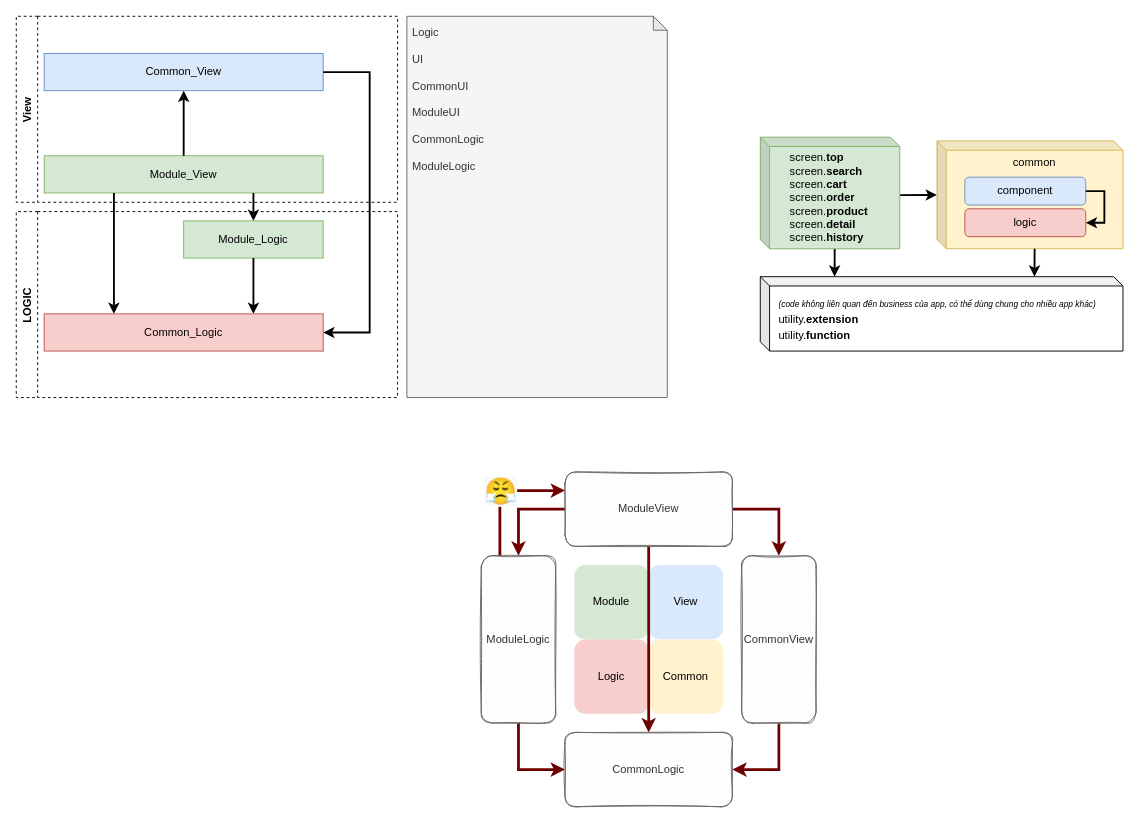
Before: page "Page-2" (2 of 3) of GiaiThichVeDependency.drawio in trungnguyenthien/public, a draw.io diagram. Source tidied: cells renumbered, new cells numbered last; positions are measured from the earlier drawing's top-left corner, leaving out a move shared by most shapes. Both pictures are drawn from the tidied source at 93%, with x=0, y=0 at pixel (16, 16).
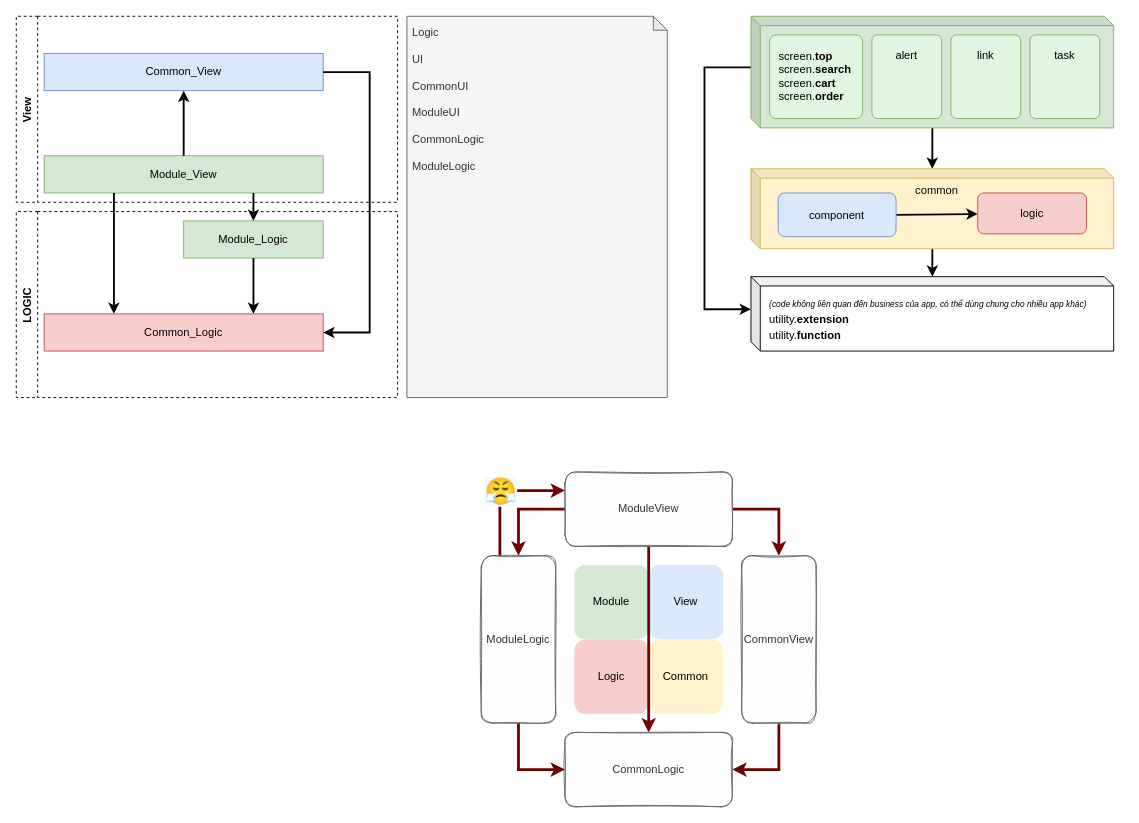
The same diagram, later.

The edit, as a diff of the source:
```diff
@@
+    <mxCell id="11" style="edgeStyle=orthogonalEdgeStyle;rounded=0;jettySize=auto;html=1;exitX=0;exitY=0;exitDx=0;exitDy=55;exitPerimeter=0;entryX=0;entryY=0;entryDx=0;entryDy=35;entryPerimeter=0;fontSize=14;endArrow=classic;endFill=1;strokeWidth=2;" parent="1" edge="1" source="12" target="32">
+      <mxGeometry relative="1" as="geometry">
+        <Array as="points">
+          <mxPoint x="740" y="55" />
+          <mxPoint x="740" y="315" />
+        </Array>
+      </mxGeometry>
+    </mxCell>
-    <mxCell id="10" style="rounded=0;jettySize=auto;html=1;exitX=1.002;exitY=0.519;exitDx=0;exitDy=0;exitPerimeter=0;fontSize=14;endArrow=classic;endFill=1;strokeWidth=2;" parent="1" edge="1" source="12" target="34">
+    <mxCell id="10" style="edgeStyle=none;rounded=0;jettySize=auto;html=1;fontSize=12;endArrow=classic;endFill=1;strokeWidth=2;" parent="1" edge="1" source="12" target="34">
       <mxGeometry relative="1" as="geometry" />
     </mxCell>
-    <mxCell id="11" style="edgeStyle=orthogonalEdgeStyle;rounded=0;jettySize=auto;html=1;exitX=0;exitY=0;exitDx=80;exitDy=120;exitPerimeter=0;entryX=0.205;entryY=0;entryDx=0;entryDy=0;entryPerimeter=0;fontSize=14;endArrow=classic;endFill=1;strokeWidth=2;" parent="1" edge="1" source="12" target="32">
-      <mxGeometry relative="1" as="geometry" />
-    </mxCell>
-    <mxCell id="12" value="screen.&lt;b&gt;top&lt;/b&gt;&lt;br&gt;screen.&lt;b&gt;search&lt;/b&gt;&lt;br&gt;screen.&lt;b&gt;cart&lt;/b&gt;&lt;br&gt;screen.&lt;b&gt;order&lt;/b&gt;&lt;br&gt;screen.&lt;b&gt;product&lt;/b&gt;&lt;br&gt;screen.&lt;b&gt;detail&lt;/b&gt;&lt;br&gt;screen.&lt;b&gt;history&lt;/b&gt;" style="shape=cube;whiteSpace=wrap;html=1;boundedLbl=1;backgroundOutline=1;darkOpacity=0.05;darkOpacity2=0.1;size=10;align=left;spacingLeft=20;fillColor=#d5e8d4;strokeColor=#82b366;" parent="1" vertex="1">
-      <mxGeometry x="800" y="130" width="150" height="120" as="geometry" />
+    <mxCell id="12" value="&lt;b&gt;&lt;br&gt;&lt;/b&gt;" style="shape=cube;whiteSpace=wrap;html=1;boundedLbl=1;backgroundOutline=1;darkOpacity=0.05;darkOpacity2=0.1;size=10;align=left;spacingLeft=20;fillColor=#d5e8d4;strokeColor=#82b366;" parent="1" vertex="1">
+      <mxGeometry x="790" width="390" height="120" as="geometry" />
     </mxCell>
@@
     <mxCell id="32" value="&lt;font style=&quot;font-size: 9px&quot;&gt;&lt;i&gt;(code không liên quan đến business của app, có thể dùng chung cho nhiều app khác)&lt;/i&gt;&lt;/font&gt;&lt;br&gt;&lt;font style=&quot;font-size: 12px&quot;&gt;utility.&lt;b&gt;extension&lt;/b&gt;&lt;br&gt;utility.&lt;b&gt;function&lt;/b&gt;&lt;/font&gt;" style="shape=cube;whiteSpace=wrap;html=1;boundedLbl=1;backgroundOutline=1;darkOpacity=0.05;darkOpacity2=0.1;rounded=1;glass=0;sketch=0;fontSize=14;size=10;align=left;spacing=10;" parent="1" vertex="1">
-      <mxGeometry x="800" y="280" width="390" height="80" as="geometry" />
+      <mxGeometry x="790" y="280" width="390" height="80" as="geometry" />
     </mxCell>
-    <mxCell id="33" style="group;" parent="1" vertex="1">
-      <mxGeometry x="990" y="134" width="200" height="116" as="geometry" />
-    </mxCell>
+    <mxCell id="38" style="edgeStyle=none;rounded=0;jettySize=auto;html=1;entryX=0;entryY=0;entryDx=195;entryDy=0;entryPerimeter=0;fontSize=12;endArrow=classic;endFill=1;strokeWidth=2;" parent="1" edge="1" source="34" target="32">
+      <mxGeometry relative="1" as="geometry" />
+    </mxCell>
-    <mxCell id="34" value="common" style="shape=cube;whiteSpace=wrap;html=1;boundedLbl=1;backgroundOutline=1;darkOpacity=0.05;darkOpacity2=0.1;rounded=1;glass=0;sketch=0;fontSize=12;fillColor=#fff2cc;strokeColor=#d6b656;size=10;verticalAlign=top;" parent="33" vertex="1">
-      <mxGeometry width="200" height="116" as="geometry" />
+    <mxCell id="34" value="common" style="shape=cube;whiteSpace=wrap;html=1;boundedLbl=1;backgroundOutline=1;darkOpacity=0.05;darkOpacity2=0.1;rounded=1;glass=0;sketch=0;fontSize=12;fillColor=#fff2cc;strokeColor=#d6b656;size=10;verticalAlign=top;" parent="1" vertex="1">
+      <mxGeometry x="790" y="164" width="390" height="86" as="geometry" />
     </mxCell>
+    <mxCell id="37" style="edgeStyle=none;rounded=0;jettySize=auto;html=1;exitX=1;exitY=0.5;exitDx=0;exitDy=0;fontSize=12;endArrow=classic;endFill=1;strokeWidth=2;" parent="1" edge="1" source="35" target="36">
+      <mxGeometry relative="1" as="geometry" />
+    </mxCell>
-    <mxCell id="35" value="component" style="rounded=1;whiteSpace=wrap;html=1;glass=0;sketch=0;fontSize=12;fillColor=#dae8fc;strokeColor=#6c8ebf;" parent="33" vertex="1">
-      <mxGeometry x="30" y="39" width="130" height="30" as="geometry" />
+    <mxCell id="35" value="component" style="rounded=1;whiteSpace=wrap;html=1;glass=0;sketch=0;fontSize=12;fillColor=#dae8fc;strokeColor=#6c8ebf;" parent="1" vertex="1">
+      <mxGeometry x="819.2" y="190" width="126.8" height="47" as="geometry" />
     </mxCell>
-    <mxCell id="36" value="logic" style="rounded=1;whiteSpace=wrap;html=1;glass=0;sketch=0;fontSize=12;fillColor=#f8cecc;strokeColor=#b85450;" parent="33" vertex="1">
-      <mxGeometry x="30" y="73" width="130" height="30" as="geometry" />
+    <mxCell id="36" value="logic" style="rounded=1;whiteSpace=wrap;html=1;glass=0;sketch=0;fontSize=12;fillColor=#f8cecc;strokeColor=#b85450;" parent="1" vertex="1">
+      <mxGeometry x="1033.8" y="190" width="117" height="44" as="geometry" />
     </mxCell>
-    <mxCell id="37" style="edgeStyle=orthogonalEdgeStyle;rounded=0;jettySize=auto;html=1;exitX=1;exitY=0.5;exitDx=0;exitDy=0;entryX=1;entryY=0.5;entryDx=0;entryDy=0;fontSize=14;endArrow=classic;endFill=1;strokeWidth=2;" parent="33" edge="1" source="35" target="36">
-      <mxGeometry relative="1" as="geometry">
-        <Array as="points">
-          <mxPoint x="180" y="54" />
-          <mxPoint x="180" y="88" />
-        </Array>
-      </mxGeometry>
-    </mxCell>
-    <mxCell id="38" style="edgeStyle=orthogonalEdgeStyle;rounded=0;jettySize=auto;html=1;exitX=0;exitY=0;exitDx=105;exitDy=116;exitPerimeter=0;entryX=0.756;entryY=0;entryDx=0;entryDy=0;entryPerimeter=0;fontSize=14;endArrow=classic;endFill=1;strokeWidth=2;" parent="1" edge="1" source="34" target="32">
-      <mxGeometry relative="1" as="geometry" />
-    </mxCell>
+    <mxCell id="39" value="&lt;span style=&quot;&quot;&gt;screen.&lt;/span&gt;&lt;b style=&quot;&quot;&gt;top&lt;/b&gt;&lt;br style=&quot;&quot;&gt;&lt;span style=&quot;&quot;&gt;screen.&lt;/span&gt;&lt;b style=&quot;&quot;&gt;search&lt;/b&gt;&lt;br style=&quot;&quot;&gt;&lt;span style=&quot;&quot;&gt;screen.&lt;/span&gt;&lt;b style=&quot;&quot;&gt;cart&lt;/b&gt;&lt;br style=&quot;&quot;&gt;&lt;span style=&quot;&quot;&gt;screen.&lt;/span&gt;&lt;b style=&quot;&quot;&gt;order&lt;/b&gt;" style="rounded=1;whiteSpace=wrap;html=1;glass=0;sketch=0;fontSize=12;fillColor=#E1F5E0;strokeColor=#82b366;align=left;arcSize=8;spacing=10;" parent="1" vertex="1">
+      <mxGeometry x="810" y="20" width="100" height="90" as="geometry" />
+    </mxCell>
+    <mxCell id="40" value="alert" style="rounded=1;whiteSpace=wrap;html=1;glass=0;sketch=0;fontSize=12;fillColor=#E1F5E0;strokeColor=#82b366;align=center;arcSize=8;spacing=10;verticalAlign=top;" parent="1" vertex="1">
+      <mxGeometry x="920" y="20" width="75" height="90" as="geometry" />
+    </mxCell>
+    <mxCell id="41" value="link" style="rounded=1;whiteSpace=wrap;html=1;glass=0;sketch=0;fontSize=12;fillColor=#E1F5E0;strokeColor=#82b366;align=center;arcSize=8;spacing=10;verticalAlign=top;" parent="1" vertex="1">
+      <mxGeometry x="1005" y="20" width="75" height="90" as="geometry" />
+    </mxCell>
+    <mxCell id="42" value="task" style="rounded=1;whiteSpace=wrap;html=1;glass=0;sketch=0;fontSize=12;fillColor=#E1F5E0;strokeColor=#82b366;align=center;arcSize=8;spacing=10;verticalAlign=top;" parent="1" vertex="1">
+      <mxGeometry x="1090" y="20" width="75" height="90" as="geometry" />
+    </mxCell>
```
